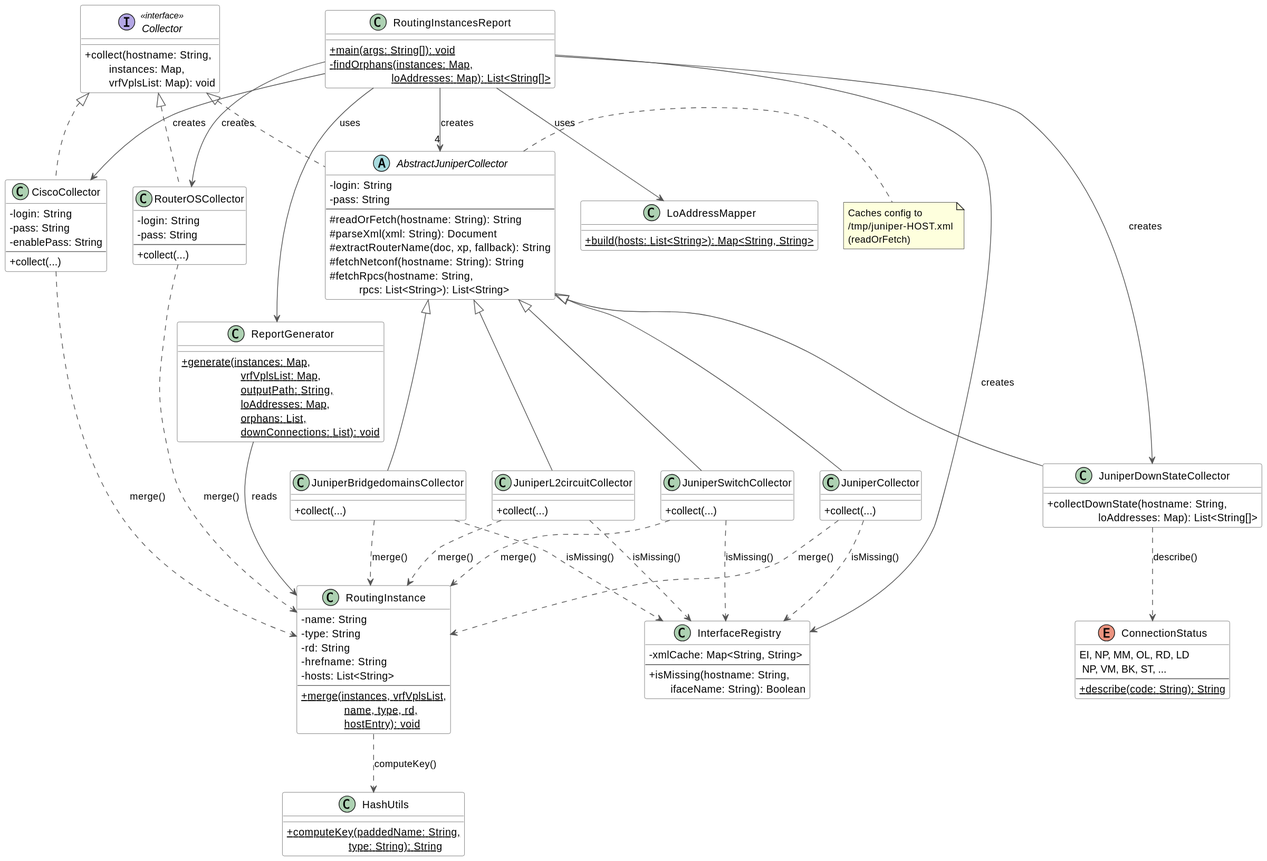
Before: docs/classes.svg, a diagram exported from PlantUML (oldengremlin/routing-instances-report-k). Its diagram source:
```plantuml
@startuml
skinparam classAttributeIconSize 0
skinparam shadowing false
skinparam class {
    BackgroundColor White
    BorderColor #555555
    ArrowColor #555555
}
skinparam interface {
    BackgroundColor #E8F4E8
    BorderColor #555555
}
skinparam abstract {
    BackgroundColor #FFF8E0
    BorderColor #555555
}
skinparam enum {
    BackgroundColor #F0E8FF
    BorderColor #555555
}

interface Collector <<interface>> {
    +collect(hostname: String,\n         instances: Map,\n         vrfVplsList: Map): void
}

abstract class AbstractJuniperCollector {
    -login: String
    -pass: String
    --
    #readOrFetch(hostname: String): String
    #parseXml(xml: String): Document
    #extractRouterName(doc, xp, fallback): String
    #fetchNetconf(hostname: String): String
    #fetchRpcs(hostname: String,\n           rpcs: List<String>): List<String>
}

class JuniperCollector {
    +collect(...)
}

class JuniperSwitchCollector {
    +collect(...)
}

class JuniperL2circuitCollector {
    +collect(...)
}

class JuniperBridgedomainsCollector {
    +collect(...)
}

class JuniperDownStateCollector {
    +collectDownState(hostname: String,\n                   loAddresses: Map): List<String[]>
}

class CiscoCollector {
    -login: String
    -pass: String
    -enablePass: String
    --
    +collect(...)
}

class RouterOSCollector {
    -login: String
    -pass: String
    --
    +collect(...)
}

class RoutingInstance {
    -name: String
    -type: String
    -rd: String
    -hrefname: String
    -hosts: List<String>
    --
    +{static} merge(instances, vrfVplsList,\n                name, type, rd,\n                hostEntry): void
}

class HashUtils {
    +{static} computeKey(paddedName: String,\n                       type: String): String
}

class LoAddressMapper {
    +{static} build(hosts: List<String>): Map<String, String>
}

class InterfaceRegistry {
    -xmlCache: Map<String, String>
    --
    +isMissing(hostname: String,\n        ifaceName: String): Boolean
}

enum ConnectionStatus {
    EI, NP, MM, OL, RD, LD\n NP, VM, BK, ST, ...
    --
    +{static} describe(code: String): String
}

class ReportGenerator {
    +{static} generate(instances: Map,\n                      vrfVplsList: Map,\n                      outputPath: String,\n                      loAddresses: Map,\n                      orphans: List,\n                      downConnections: List): void
}

class RoutingInstancesReport {
    +{static} main(args: String[]): void
    -{static} findOrphans(instances: Map,\n                       loAddresses: Map): List<String[]>
}

Collector <|.. AbstractJuniperCollector
Collector <|.. CiscoCollector
Collector <|.. RouterOSCollector

AbstractJuniperCollector <|-- JuniperCollector
AbstractJuniperCollector <|-- JuniperSwitchCollector
AbstractJuniperCollector <|-- JuniperL2circuitCollector
AbstractJuniperCollector <|-- JuniperBridgedomainsCollector
AbstractJuniperCollector <|-- JuniperDownStateCollector

RoutingInstancesReport --> "4" AbstractJuniperCollector : creates
RoutingInstancesReport --> JuniperDownStateCollector : creates
RoutingInstancesReport --> CiscoCollector : creates
RoutingInstancesReport --> RouterOSCollector : creates
RoutingInstancesReport --> LoAddressMapper : uses
RoutingInstancesReport --> InterfaceRegistry : creates
RoutingInstancesReport --> ReportGenerator : uses

JuniperCollector ..> InterfaceRegistry : isMissing()
JuniperSwitchCollector ..> InterfaceRegistry : isMissing()
JuniperL2circuitCollector ..> InterfaceRegistry : isMissing()
JuniperBridgedomainsCollector ..> InterfaceRegistry : isMissing()

ReportGenerator --> RoutingInstance : reads

JuniperCollector ..> RoutingInstance : merge()
JuniperSwitchCollector ..> RoutingInstance : merge()
JuniperL2circuitCollector ..> RoutingInstance : merge()
JuniperBridgedomainsCollector ..> RoutingInstance : merge()
CiscoCollector ..> RoutingInstance : merge()
RouterOSCollector ..> RoutingInstance : merge()

JuniperDownStateCollector ..> ConnectionStatus : describe()

RoutingInstance ..> HashUtils : computeKey()

note right of AbstractJuniperCollector
  Caches config to
  /tmp/juniper-HOST.xml
  (readOrFetch)
end note
@enduml
```
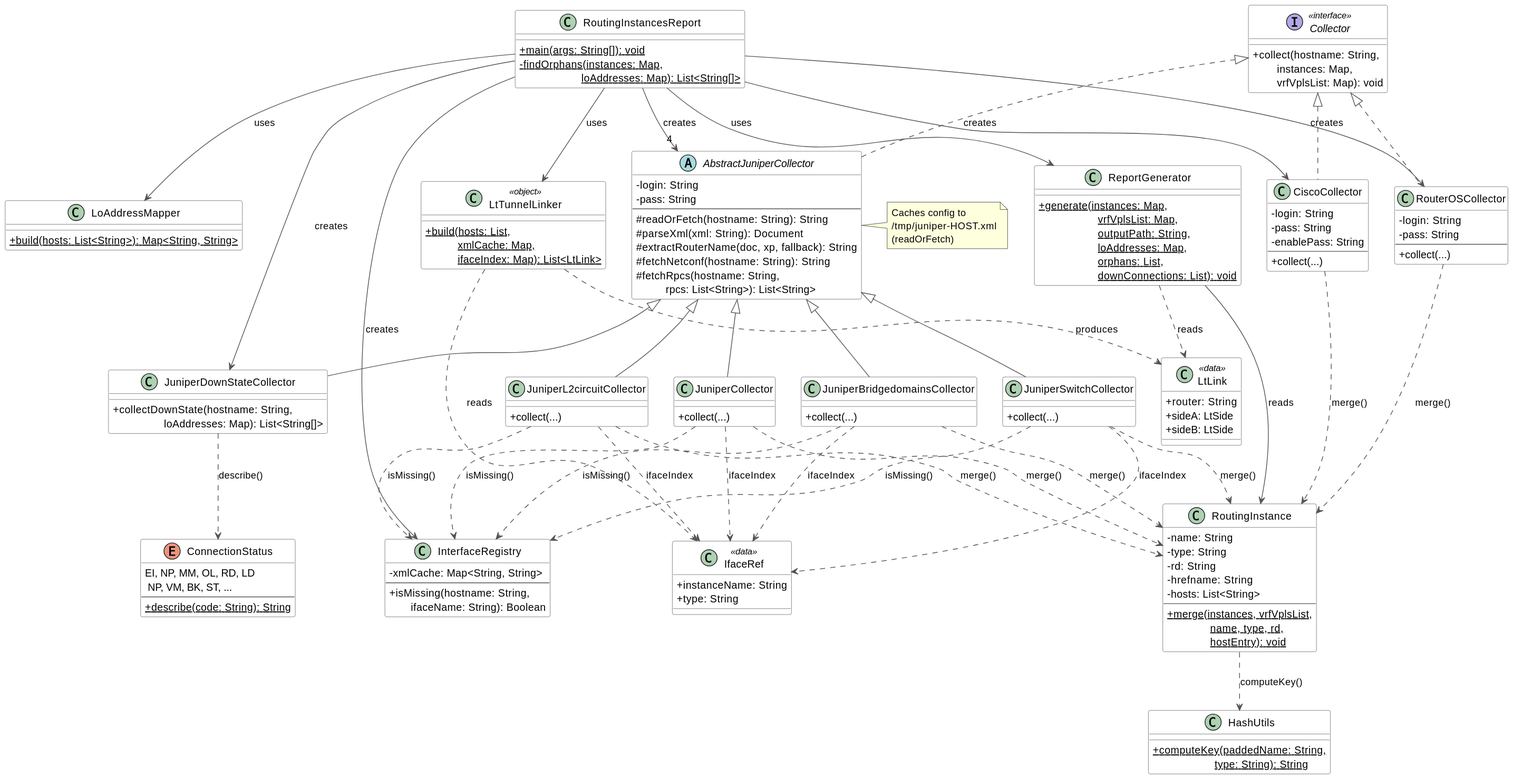
After the change.

Change to the diagram source:
```diff
@@ -93,6 +93,21 @@
     +isMissing(hostname: String,\n        ifaceName: String): Boolean
 }
 
+class LtTunnelLinker <<object>> {
+    +{static} build(hosts: List,\n            xmlCache: Map,\n            ifaceIndex: Map): List<LtLink>
+}
+
+class IfaceRef <<data>> {
+    +instanceName: String
+    +type: String
+}
+
+class LtLink <<data>> {
+    +router: String
+    +sideA: LtSide
+    +sideB: LtSide
+}
+
 enum ConnectionStatus {
     EI, NP, MM, OL, RD, LD\n NP, VM, BK, ST, ...
     --
@@ -124,12 +139,21 @@
 RoutingInstancesReport --> RouterOSCollector : creates
 RoutingInstancesReport --> LoAddressMapper : uses
 RoutingInstancesReport --> InterfaceRegistry : creates
+RoutingInstancesReport --> LtTunnelLinker : uses
 RoutingInstancesReport --> ReportGenerator : uses
 
 JuniperCollector ..> InterfaceRegistry : isMissing()
 JuniperSwitchCollector ..> InterfaceRegistry : isMissing()
 JuniperL2circuitCollector ..> InterfaceRegistry : isMissing()
 JuniperBridgedomainsCollector ..> InterfaceRegistry : isMissing()
+
+JuniperCollector ..> IfaceRef : ifaceIndex
+JuniperSwitchCollector ..> IfaceRef : ifaceIndex
+JuniperL2circuitCollector ..> IfaceRef : ifaceIndex
+JuniperBridgedomainsCollector ..> IfaceRef : ifaceIndex
+LtTunnelLinker ..> IfaceRef : reads
+LtTunnelLinker ..> LtLink : produces
+ReportGenerator ..> LtLink : reads
 
 ReportGenerator --> RoutingInstance : reads
 
```
